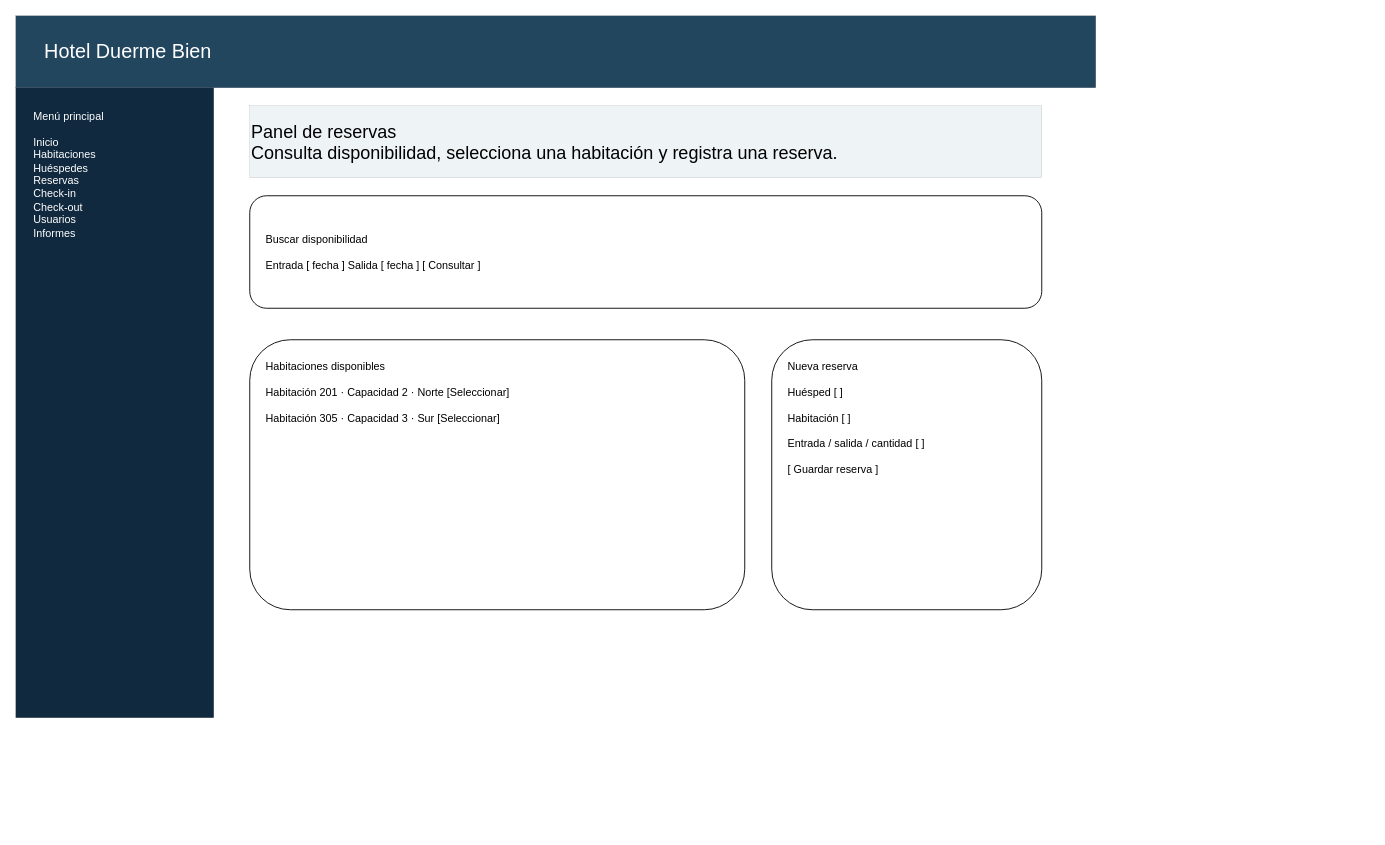
The draw.io diagram page "Mockup" (3 of 3) of diagramas-editables/04-interfaz.drawio in Yutre3/diego, before the edit. Source tidied: cells renumbered, new cells numbered last; positions are measured from the earlier drawing's top-left corner, leaving out a move shared by most shapes. Both pictures are drawn from the tidied source at 90%, with x=0, y=0 at pixel (15, 15).
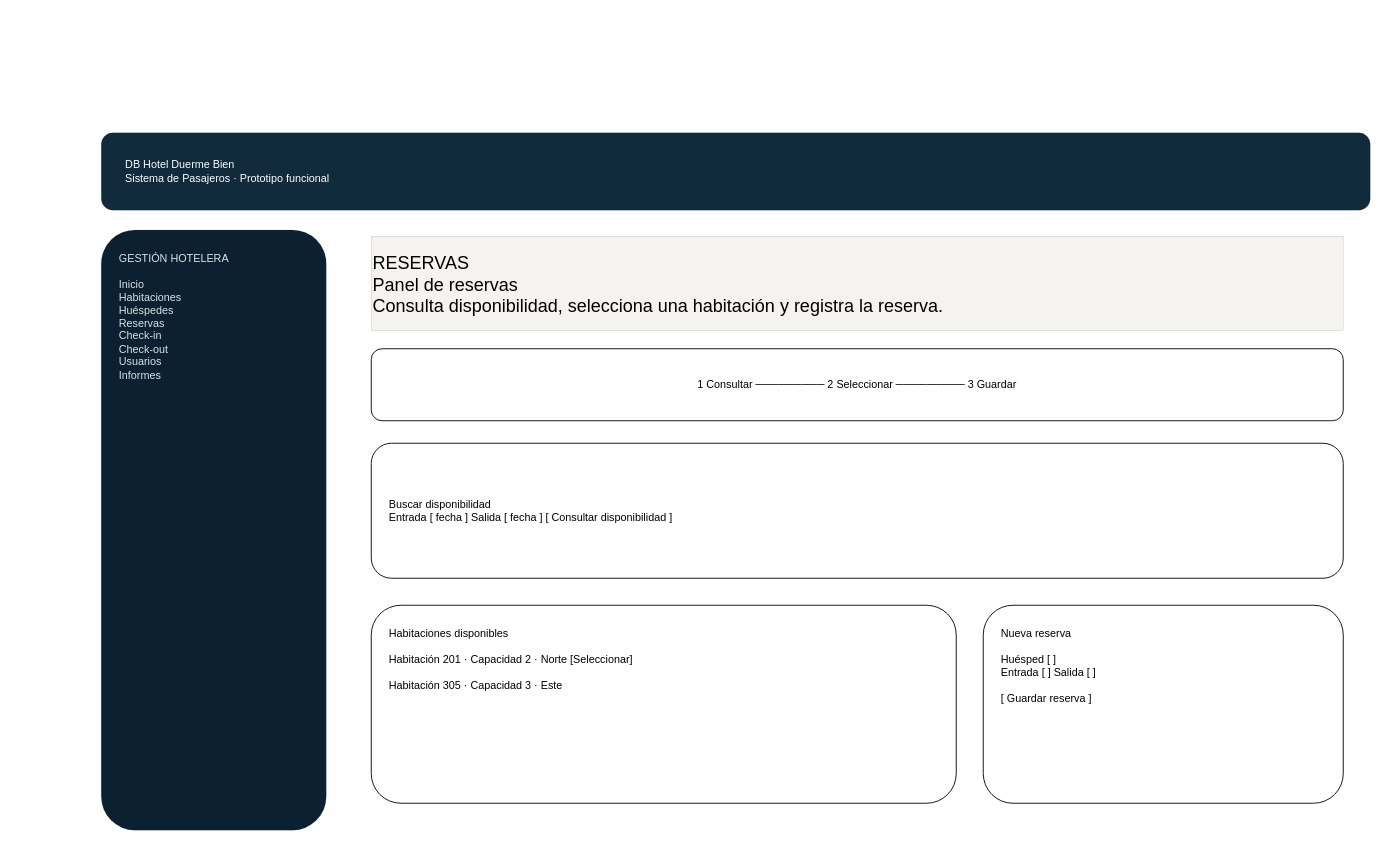
After the change.

Change to the diagram source:
```diff
@@
 <mxGraphModel>
   <root>
     <mxCell id="0" />
     <mxCell id="1" parent="0" />
-    <mxCell id="2" value="Hotel Duerme Bien" style="rounded=0;whiteSpace=wrap;html=1;strokeWidth=0;fillColor=#23465f;fontColor=#ffffff;fontSize=22;align=left;spacingLeft=30;" parent="1" vertex="1">
-      <mxGeometry width="1200" height="80" as="geometry" />
+    <mxCell id="2" value="DB    Hotel Duerme Bien&#10;        Sistema de Pasajeros · Prototipo funcional" style="rounded=1;whiteSpace=wrap;html=1;strokeWidth=0;fillColor=#112b3d;fontColor=#ffffff;align=left;spacingLeft=25;" parent="1" vertex="1">
+      <mxGeometry x="95" y="130" width="1410" height="86" as="geometry" />
     </mxCell>
-    <mxCell id="3" value="Menú principal&#10;&#10;Inicio&#10;Habitaciones&#10;Huéspedes&#10;Reservas&#10;Check-in&#10;Check-out&#10;Usuarios&#10;Informes" style="rounded=0;whiteSpace=wrap;html=1;strokeWidth=0;fillColor=#10293f;fontColor=#ffffff;align=left;verticalAlign=top;spacing=20;" parent="1" vertex="1">
-      <mxGeometry y="80" width="220" height="700" as="geometry" />
+    <mxCell id="3" value="GESTIÓN HOTELERA&#10;&#10;Inicio&#10;Habitaciones&#10;Huéspedes&#10;Reservas&#10;Check-in&#10;Check-out&#10;Usuarios&#10;Informes" style="rounded=1;whiteSpace=wrap;html=1;strokeWidth=0;fillColor=#0b2030;fontColor=#d8e3e8;align=left;verticalAlign=top;spacing=20;" parent="1" vertex="1">
+      <mxGeometry x="95" y="238" width="250" height="667" as="geometry" />
     </mxCell>
-    <mxCell id="4" value="Panel de reservas&#10;Consulta disponibilidad, selecciona una habitación y registra una reserva." style="rounded=0;whiteSpace=wrap;html=1;strokeWidth=0;fillColor=#eef3f5;align=left;fontSize=20;" parent="1" vertex="1">
-      <mxGeometry x="260" y="100" width="880" height="80" as="geometry" />
+    <mxCell id="4" value="RESERVAS&#10;Panel de reservas&#10;Consulta disponibilidad, selecciona una habitación y registra la reserva." style="rounded=0;whiteSpace=wrap;html=1;strokeWidth=0;fillColor=#f5f3ef;align=left;fontSize=20;" parent="1" vertex="1">
+      <mxGeometry x="395" y="245" width="1080" height="105" as="geometry" />
     </mxCell>
+    <mxCell id="8" value="1 Consultar  ─────────  2 Seleccionar  ─────────  3 Guardar" style="rounded=1;whiteSpace=wrap;html=1;strokeWidth=1;fillColor=#ffffff;align=center;" parent="1" vertex="1">
+      <mxGeometry x="395" y="370" width="1080" height="80" as="geometry" />
+    </mxCell>
-    <mxCell id="5" value="Buscar disponibilidad&#10;&#10;Entrada [ fecha ]     Salida [ fecha ]                    [ Consultar ]" style="rounded=1;whiteSpace=wrap;html=1;strokeWidth=1;fillColor=#ffffff;align=left;spacing=18;" parent="1" vertex="1">
-      <mxGeometry x="260" y="200" width="880" height="125" as="geometry" />
+    <mxCell id="5" value="Buscar disponibilidad&#10;Entrada [ fecha ]      Salida [ fecha ]                    [ Consultar disponibilidad ]" style="rounded=1;whiteSpace=wrap;html=1;strokeWidth=1;fillColor=#ffffff;align=left;spacing=20;" parent="1" vertex="1">
+      <mxGeometry x="395" y="475" width="1080" height="150" as="geometry" />
     </mxCell>
-    <mxCell id="6" value="Habitaciones disponibles&#10;&#10;Habitación 201 · Capacidad 2 · Norte          [Seleccionar]&#10;&#10;Habitación 305 · Capacidad 3 · Sur             [Seleccionar]" style="rounded=1;whiteSpace=wrap;html=1;strokeWidth=1;fillColor=#ffffff;align=left;verticalAlign=top;spacing=18;" parent="1" vertex="1">
-      <mxGeometry x="260" y="360" width="550" height="300" as="geometry" />
+    <mxCell id="6" value="Habitaciones disponibles&#10;&#10;Habitación 201 · Capacidad 2 · Norte                         [Seleccionar]&#10;&#10;Habitación 305 · Capacidad 3 · Este" style="rounded=1;whiteSpace=wrap;html=1;strokeWidth=1;fillColor=#ffffff;align=left;verticalAlign=top;spacing=20;" parent="1" vertex="1">
+      <mxGeometry x="395" y="655" width="650" height="220" as="geometry" />
     </mxCell>
-    <mxCell id="7" value="Nueva reserva&#10;&#10;Huésped [ ]&#10;&#10;Habitación [ ]&#10;&#10;Entrada / salida / cantidad [ ]&#10;&#10;[ Guardar reserva ]" style="rounded=1;whiteSpace=wrap;html=1;strokeWidth=1;fillColor=#ffffff;align=left;verticalAlign=top;spacing=18;" parent="1" vertex="1">
-      <mxGeometry x="840" y="360" width="300" height="300" as="geometry" />
+    <mxCell id="7" value="Nueva reserva&#10;&#10;Huésped [ ]&#10;Entrada [ ]    Salida [ ]&#10;&#10;[ Guardar reserva ]" style="rounded=1;whiteSpace=wrap;html=1;strokeWidth=1;fillColor=#ffffff;align=left;verticalAlign=top;spacing=20;" parent="1" vertex="1">
+      <mxGeometry x="1075" y="655" width="400" height="220" as="geometry" />
     </mxCell>
   </root>
 </mxGraphModel>
```
